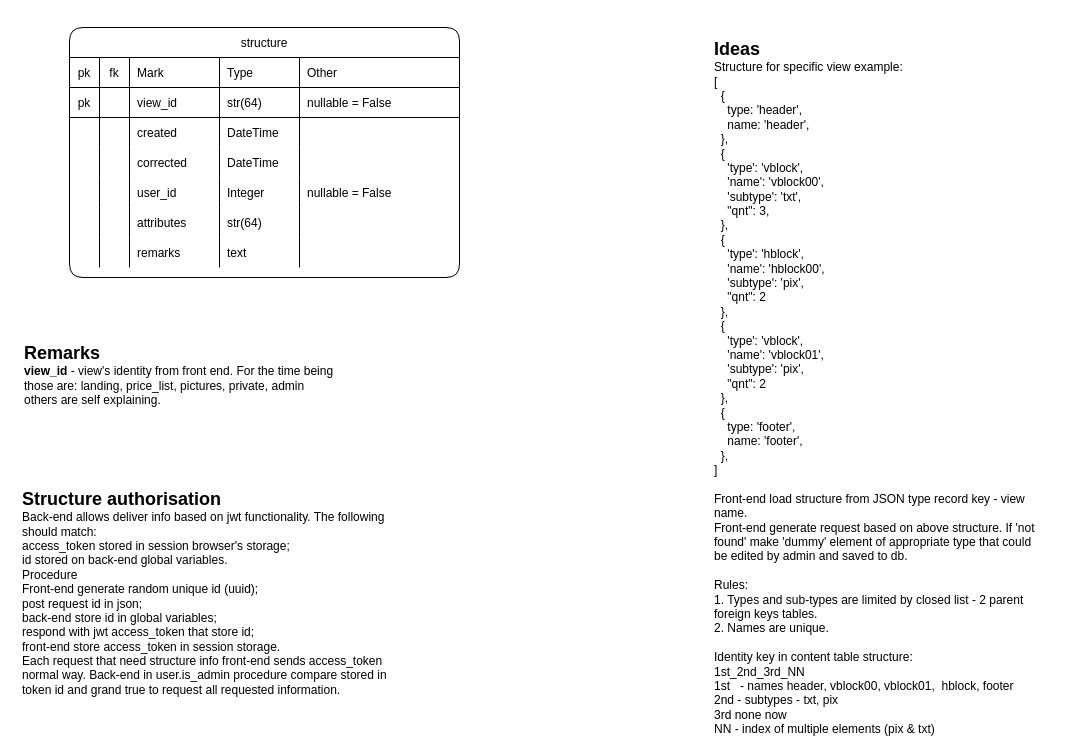
Sergey190309/220415-market-caffee keeps this draw.io diagram as page "structure table" (3 of 9) of market-coffee.drawio. Above is the earlier version. Source tidied: cells renumbered, new cells numbered last; positions are measured from the earlier drawing's top-left corner, leaving out a move shared by most shapes. Both pictures are drawn from the tidied source at 100%, with x=0, y=0 at pixel (17, 27).
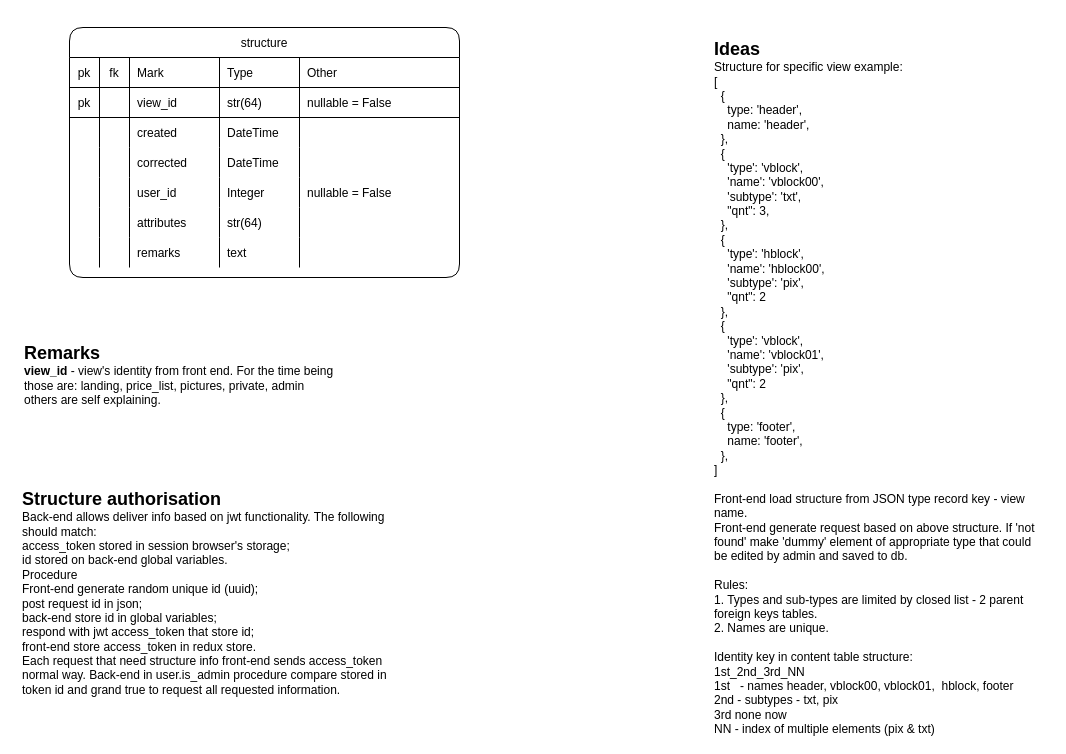
Above is the later version.

The edit, as a diff of the source:
```diff
@@
-    <mxCell id="49" value="&lt;font style=&quot;font-size: 18px&quot;&gt;&lt;b&gt;&lt;br&gt;Structure authorisation&amp;nbsp;&lt;/b&gt;&lt;/font&gt;&lt;br&gt;&lt;span&gt;Back-end allows deliver info based on jwt functionality. The following should match:&lt;/span&gt;&lt;br&gt;&lt;div&gt;access_token stored in session browser's storage;&lt;/div&gt;&lt;div&gt;id stored on back-end global variables.&lt;/div&gt;&lt;div&gt;Procedure&lt;/div&gt;&lt;div&gt;Front-end generate random unique id (uuid);&lt;/div&gt;&lt;div&gt;post request id in json;&lt;/div&gt;&lt;div&gt;back-end store id in global variables;&lt;/div&gt;&lt;div&gt;respond with jwt access_token that store id;&lt;/div&gt;&lt;div&gt;front-end store access_token in session storage.&lt;/div&gt;&lt;div&gt;Each request that need structure info front-end sends access_token normal way. Back-end in user.is_admin procedure compare stored in token id and grand true to request all requested information.&lt;/div&gt;&lt;div&gt;&lt;br&gt;&lt;/div&gt;" style="text;strokeColor=none;fillColor=none;spacing=5;spacingTop=-20;overflow=hidden;rounded=0;whiteSpace=wrap;html=1;" parent="46" vertex="1">
+    <mxCell id="49" value="&lt;font style=&quot;font-size: 18px&quot;&gt;&lt;b&gt;&lt;br&gt;Structure authorisation&amp;nbsp;&lt;/b&gt;&lt;/font&gt;&lt;br&gt;&lt;span&gt;Back-end allows deliver info based on jwt functionality. The following should match:&lt;/span&gt;&lt;br&gt;&lt;div&gt;access_token stored in session browser's storage;&lt;/div&gt;&lt;div&gt;id stored on back-end global variables.&lt;/div&gt;&lt;div&gt;Procedure&lt;/div&gt;&lt;div&gt;Front-end generate random unique id (uuid);&lt;/div&gt;&lt;div&gt;post request id in json;&lt;/div&gt;&lt;div&gt;back-end store id in global variables;&lt;/div&gt;&lt;div&gt;respond with jwt access_token that store id;&lt;/div&gt;&lt;div&gt;front-end store access_token in redux store.&lt;/div&gt;&lt;div&gt;Each request that need structure info front-end sends access_token normal way. Back-end in user.is_admin procedure compare stored in token id and grand true to request all requested information.&lt;/div&gt;&lt;div&gt;&lt;br&gt;&lt;/div&gt;" style="text;strokeColor=none;fillColor=none;spacing=5;spacingTop=-20;overflow=hidden;rounded=0;whiteSpace=wrap;html=1;" parent="46" vertex="1">
       <mxGeometry y="450" width="392" height="250" as="geometry" />
     </mxCell>
```
